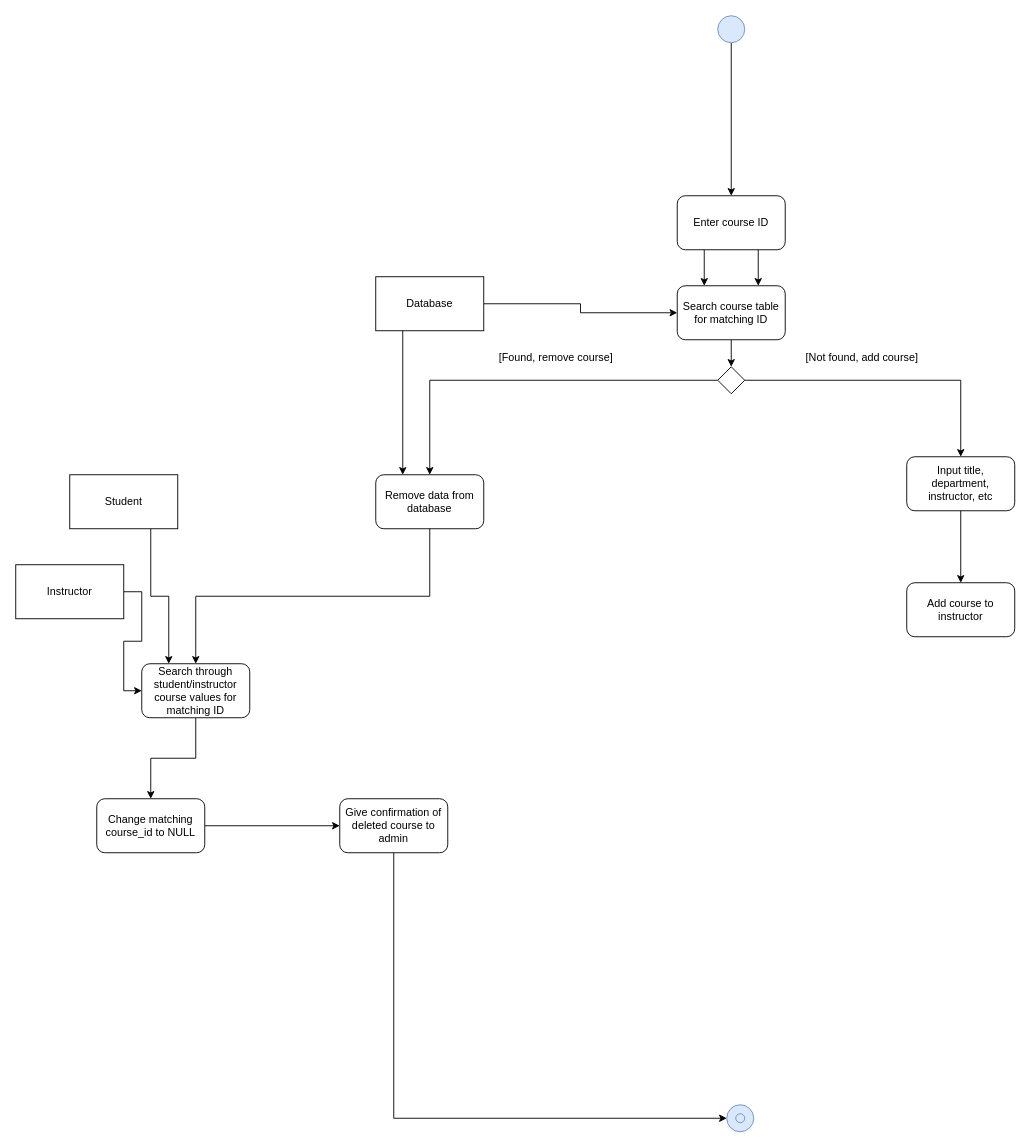
Earlier version of the draw.io diagram add_remove_course_system_activity.drawio (peterklem/CURSE). Source tidied: cells renumbered, new cells numbered last; positions are measured from the earlier drawing's top-left corner, leaving out a move shared by most shapes. Both pictures are drawn from the tidied source at 90%, with x=0, y=0 at pixel (15, 15).
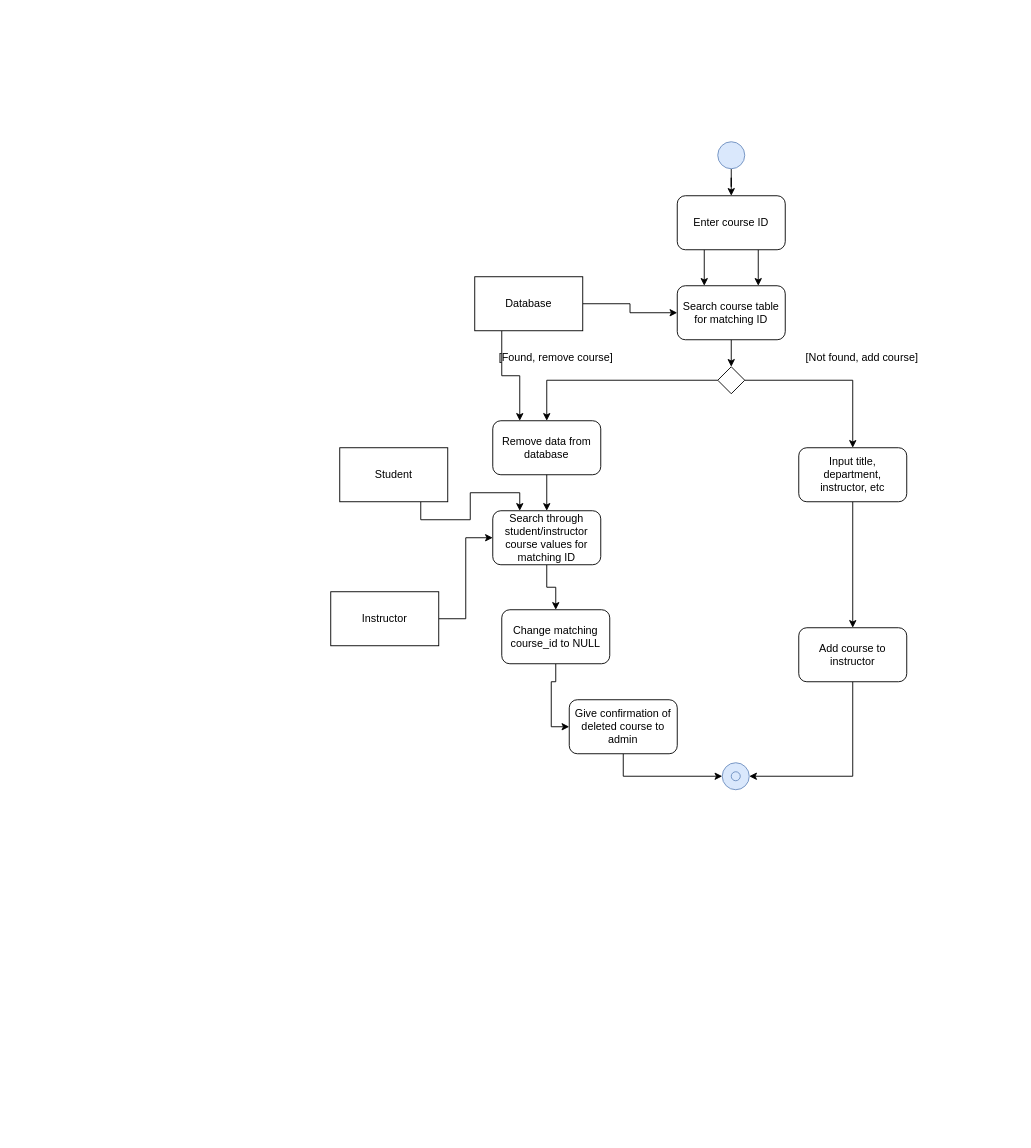
The same page after the edit.

Unchanged cells that the change refers to:
```xml
<mxCell id="8" style="group;" parent="7" vertex="1">
  <mxGeometry width="30" height="30" as="geometry" />
</mxCell>
```

What changed in the source:
```diff
@@
     <mxCell id="3" style="ellipse;whiteSpace=wrap;html=1;fillColor=#dae8fc;strokeColor=#6c8ebf;" parent="1" vertex="1">
-      <mxGeometry x="780" width="30" height="30" as="geometry" />
+      <mxGeometry x="780" y="140" width="30" height="30" as="geometry" />
     </mxCell>
@@
     <mxCell id="7" style="group;" parent="1" vertex="1">
-      <mxGeometry x="790" y="1210" width="30" height="30" as="geometry" />
+      <mxGeometry x="785" y="830" width="30" height="30" as="geometry" />
     </mxCell>
@@
-    <mxCell id="9" style="ellipse;whiteSpace=wrap;html=1;fillColor=#dae8fc;strokeColor=#6c8ebf;" parent="8" vertex="1">
+    <mxCell id="9" style="ellipse;whiteSpace=wrap;html=1;fillColor=#dae8fc;strokeColor=#6c8ebf;gradientColor=none;" parent="8" vertex="1">
       <mxGeometry width="30" height="30" as="geometry" />
     </mxCell>
-    <mxCell id="10" style="ellipse;whiteSpace=wrap;html=1;fillColor=#dae8fc;strokeColor=#6c8ebf;" parent="8" vertex="1">
+    <mxCell id="10" style="ellipse;whiteSpace=wrap;html=1;fillColor=#dae8fc;strokeColor=#6c8ebf;gradientColor=none;" parent="8" vertex="1">
       <mxGeometry x="10" y="10" width="10" height="10" as="geometry" />
     </mxCell>
@@
     <mxCell id="13" value="Remove data from database" style="rounded=1;whiteSpace=wrap;html=1;" parent="1" vertex="1">
-      <mxGeometry x="400" y="510" width="120" height="60" as="geometry" />
+      <mxGeometry x="530" y="450" width="120" height="60" as="geometry" />
     </mxCell>
@@
     <mxCell id="17" value="Database" style="rounded=0;whiteSpace=wrap;html=1;" parent="1" vertex="1">
-      <mxGeometry x="400" y="290" width="120" height="60" as="geometry" />
+      <mxGeometry x="510" y="290" width="120" height="60" as="geometry" />
     </mxCell>
@@
     <mxCell id="19" value="Search through student/instructor course values for matching ID" style="rounded=1;whiteSpace=wrap;html=1;" parent="1" vertex="1">
-      <mxGeometry x="140" y="720" width="120" height="60" as="geometry" />
+      <mxGeometry x="530" y="550" width="120" height="60" as="geometry" />
     </mxCell>
-    <mxCell id="20" style="edgeStyle=orthogonalEdgeStyle;rounded=0;jettySize=auto;html=1;exitX=1;exitY=0.5;exitDx=0;exitDy=0;entryX=0;entryY=0.5;entryDx=0;entryDy=0;" parent="1" edge="1" source="21" target="27">
+    <mxCell id="20" style="edgeStyle=orthogonalEdgeStyle;rounded=0;jettySize=auto;html=1;exitX=0.5;exitY=1;exitDx=0;exitDy=0;entryX=0;entryY=0.5;entryDx=0;entryDy=0;" parent="1" edge="1" source="21" target="27">
       <mxGeometry relative="1" as="geometry" />
     </mxCell>
     <mxCell id="21" value="Change matching course_id to NULL" style="rounded=1;whiteSpace=wrap;html=1;" parent="1" vertex="1">
-      <mxGeometry x="90" y="870" width="120" height="60" as="geometry" />
+      <mxGeometry x="540" y="660" width="120" height="60" as="geometry" />
     </mxCell>
@@
     <mxCell id="23" value="Student" style="rounded=0;whiteSpace=wrap;html=1;" parent="1" vertex="1">
-      <mxGeometry x="60" y="510" width="120" height="60" as="geometry" />
+      <mxGeometry x="360" y="480" width="120" height="60" as="geometry" />
     </mxCell>
@@
     <mxCell id="25" value="Instructor" style="rounded=0;whiteSpace=wrap;html=1;" parent="1" vertex="1">
-      <mxGeometry y="610" width="120" height="60" as="geometry" />
+      <mxGeometry x="350" y="640" width="120" height="60" as="geometry" />
     </mxCell>
@@
     <mxCell id="27" value="Give confirmation of deleted course to admin" style="rounded=1;whiteSpace=wrap;html=1;" parent="1" vertex="1">
-      <mxGeometry x="360" y="870" width="120" height="60" as="geometry" />
+      <mxGeometry x="615" y="760" width="120" height="60" as="geometry" />
     </mxCell>
@@
     <mxCell id="33" value="Input title, department, instructor, etc" style="rounded=1;whiteSpace=wrap;html=1;" parent="1" vertex="1">
-      <mxGeometry x="990" y="490" width="120" height="60" as="geometry" />
+      <mxGeometry x="870" y="480" width="120" height="60" as="geometry" />
     </mxCell>
+    <mxCell id="36" style="edgeStyle=orthogonalEdgeStyle;rounded=0;jettySize=auto;html=1;exitX=0.5;exitY=1;exitDx=0;exitDy=0;entryX=1;entryY=0.5;entryDx=0;entryDy=0;" parent="1" edge="1" source="34" target="9">
+      <mxGeometry relative="1" as="geometry" />
+    </mxCell>
     <mxCell id="34" value="Add course to instructor" style="rounded=1;whiteSpace=wrap;html=1;" parent="1" vertex="1">
-      <mxGeometry x="990" y="630" width="120" height="60" as="geometry" />
+      <mxGeometry x="870" y="680" width="120" height="60" as="geometry" />
     </mxCell>
```
